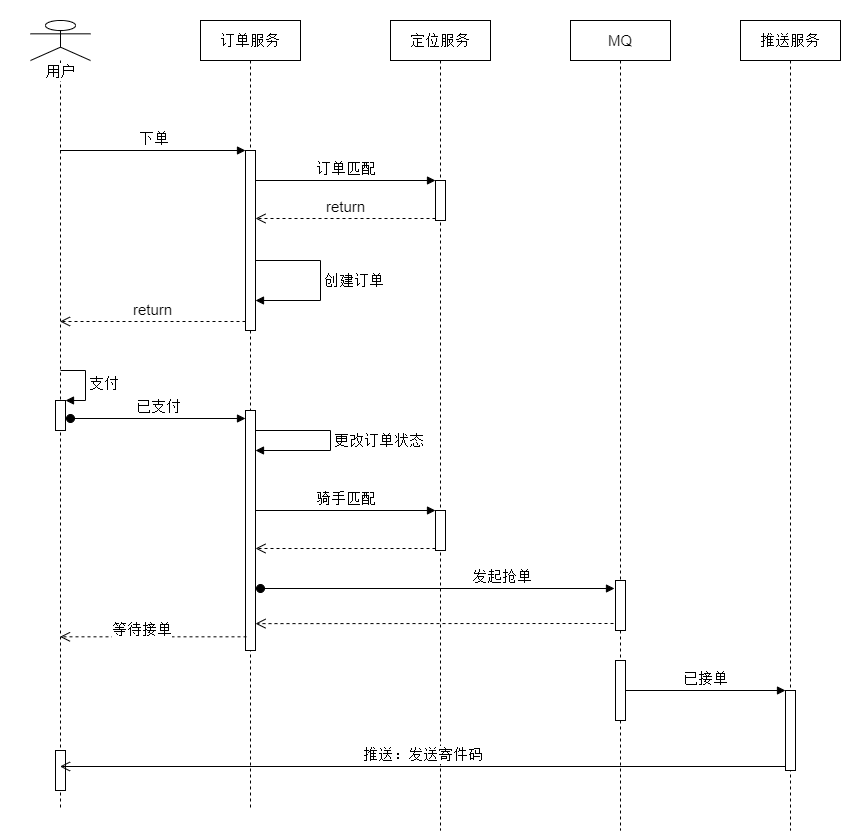
an-Onion/architect-camp keeps this draw.io diagram as final/img/order.drawio.png. Above is the earlier version. Source tidied: cells renumbered, new cells last; positions are measured from the earlier drawing's top-left corner, leaving out a move shared by most shapes.
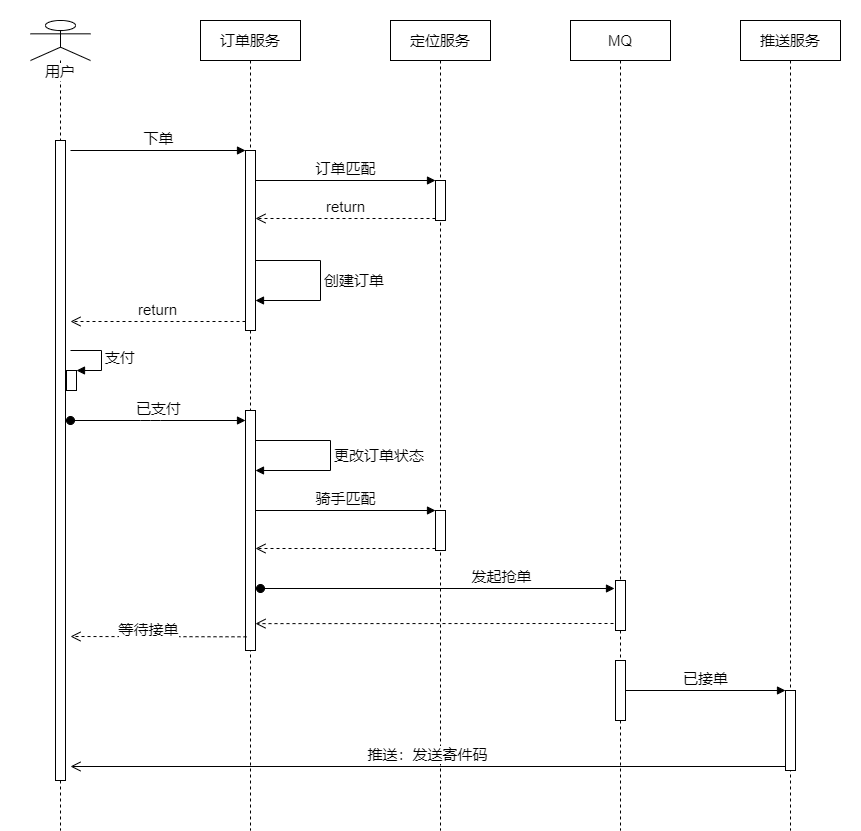
The same file after the commit.

What changed in the source:
```diff
@@ -6,24 +6,13 @@
       <mxGeometry width="860" height="830" as="geometry" />
     </mxCell>
     <mxCell id="3" value="用户&lt;br style=&quot;font-size: 15px;&quot;&gt;" style="shape=umlLifeline;participant=umlActor;perimeter=lifelinePerimeter;whiteSpace=wrap;html=1;verticalAlign=top;spacingTop=36;labelBackgroundColor=#ffffff;outlineConnect=0;fontSize=15;" parent="1" vertex="1">
-      <mxGeometry x="30" y="20" width="60" height="790" as="geometry" />
+      <mxGeometry x="30" y="20" width="60" height="810" as="geometry" />
     </mxCell>
     <mxCell id="4" style="html=1;points=[];perimeter=orthogonalPerimeter;fontSize=15;" parent="3" vertex="1">
-      <mxGeometry x="25" y="380" width="10" height="30" as="geometry" />
+      <mxGeometry x="25" y="120" width="10" height="640" as="geometry" />
     </mxCell>
-    <mxCell id="5" value="支付" style="edgeStyle=orthogonalEdgeStyle;html=1;align=left;spacingLeft=2;endArrow=block;rounded=0;entryX=1;entryY=0;fontSize=15;" parent="3" edge="1" target="4">
-      <mxGeometry relative="1" as="geometry">
-        <mxPoint x="30" y="350" as="sourcePoint" />
-        <Array as="points">
-          <mxPoint x="55" y="350" />
-        </Array>
-      </mxGeometry>
-    </mxCell>
-    <mxCell id="6" style="html=1;perimeter=orthogonalPerimeter;fontSize=15;" parent="3" vertex="1">
-      <mxGeometry x="25" y="730" width="10" height="40" as="geometry" />
-    </mxCell>
     <mxCell id="7" value="订单服务" style="shape=umlLifeline;perimeter=lifelinePerimeter;whiteSpace=wrap;html=1;fontSize=15;" parent="1" vertex="1">
-      <mxGeometry x="200" y="20" width="100" height="790" as="geometry" />
+      <mxGeometry x="200" y="20" width="100" height="810" as="geometry" />
     </mxCell>
     <mxCell id="8" style="html=1;points=[];perimeter=orthogonalPerimeter;fontSize=15;" parent="7" vertex="1">
       <mxGeometry x="45" y="130" width="10" height="180" as="geometry" />
@@ -42,13 +31,15 @@
     <mxCell id="11" value="&lt;span style=&quot;font-size: 15px&quot;&gt;更改订单状态&lt;/span&gt;" style="edgeStyle=orthogonalEdgeStyle;html=1;align=left;spacingLeft=2;endArrow=block;rounded=0;" parent="7" edge="1" source="9" target="9">
       <mxGeometry relative="1" as="geometry">
         <Array as="points">
-          <mxPoint x="130" y="410" />
-          <mxPoint x="130" y="430" />
+          <mxPoint x="130" y="420" />
+          <mxPoint x="130" y="450" />
         </Array>
       </mxGeometry>
     </mxCell>
-    <mxCell id="12" value="下单" style="html=1;verticalAlign=bottom;endArrow=block;entryX=0;entryY=0;fontSize=15;" parent="1" edge="1" source="3" target="8">
-      <mxGeometry relative="1" as="geometry" />
+    <mxCell id="12" value="下单" style="html=1;verticalAlign=bottom;endArrow=block;entryX=0;entryY=0;fontSize=15;" parent="1" edge="1" target="8">
+      <mxGeometry relative="1" as="geometry">
+        <mxPoint x="70" y="150" as="sourcePoint" />
+      </mxGeometry>
     </mxCell>
     <mxCell id="13" value="定位服务" style="shape=umlLifeline;perimeter=lifelinePerimeter;whiteSpace=wrap;html=1;fontSize=15;" parent="1" vertex="1">
       <mxGeometry x="390" y="20" width="100" height="810" as="geometry" />
@@ -65,11 +56,18 @@
     <mxCell id="17" value="return" style="html=1;verticalAlign=bottom;endArrow=open;dashed=1;endSize=8;exitX=0;exitY=0.95;fontSize=15;" parent="1" edge="1" source="14" target="8">
       <mxGeometry relative="1" as="geometry" />
     </mxCell>
-    <mxCell id="18" value="return" style="html=1;verticalAlign=bottom;endArrow=open;dashed=1;endSize=8;exitX=0;exitY=0.95;fontSize=15;" parent="1" edge="1" source="8" target="3">
-      <mxGeometry relative="1" as="geometry" />
+    <mxCell id="18" value="return" style="html=1;verticalAlign=bottom;endArrow=open;dashed=1;endSize=8;exitX=0;exitY=0.95;fontSize=15;" parent="1" edge="1" source="8">
+      <mxGeometry relative="1" as="geometry">
+        <mxPoint x="70" y="321" as="targetPoint" />
+      </mxGeometry>
     </mxCell>
-    <mxCell id="19" value="已支付" style="html=1;verticalAlign=bottom;startArrow=oval;endArrow=block;startSize=8;fontSize=15;exitX=1.5;exitY=0.6;exitDx=0;exitDy=0;exitPerimeter=0;" parent="1" edge="1" source="4" target="9">
-      <mxGeometry relative="1" as="geometry" />
+    <mxCell id="19" value="已支付" style="html=1;verticalAlign=bottom;startArrow=oval;endArrow=block;startSize=8;fontSize=15;" parent="1" edge="1" target="9">
+      <mxGeometry relative="1" as="geometry">
+        <mxPoint x="70" y="420" as="sourcePoint" />
+        <Array as="points">
+          <mxPoint x="150" y="420" />
+        </Array>
+      </mxGeometry>
     </mxCell>
     <mxCell id="20" value="MQ" style="shape=umlLifeline;perimeter=lifelinePerimeter;whiteSpace=wrap;html=1;fontSize=15;" parent="1" vertex="1">
       <mxGeometry x="570" y="20" width="100" height="810" as="geometry" />
@@ -91,8 +89,10 @@
         <mxPoint x="613" y="623" as="sourcePoint" />
       </mxGeometry>
     </mxCell>
-    <mxCell id="25" style="html=1;verticalAlign=bottom;endArrow=open;dashed=1;endSize=8;fontSize=15;exitX=0.1;exitY=0.943;exitDx=0;exitDy=0;exitPerimeter=0;" parent="1" edge="1" source="9" target="3">
-      <mxGeometry relative="1" as="geometry" />
+    <mxCell id="25" style="html=1;verticalAlign=bottom;endArrow=open;dashed=1;endSize=8;fontSize=15;exitX=0.1;exitY=0.943;exitDx=0;exitDy=0;exitPerimeter=0;" parent="1" edge="1" source="9">
+      <mxGeometry relative="1" as="geometry">
+        <mxPoint x="70" y="636" as="targetPoint" />
+      </mxGeometry>
     </mxCell>
     <mxCell id="26" value="等待接单" style="edgeLabel;html=1;align=center;verticalAlign=middle;fontSize=15;" parent="25" vertex="1">
       <mxGeometry x="0.27" y="-1" relative="1" as="geometry">
@@ -108,8 +108,10 @@
     <mxCell id="29" value="已接单" style="html=1;verticalAlign=bottom;endArrow=block;entryX=0;entryY=0;fontSize=15;" parent="1" edge="1" source="22" target="28">
       <mxGeometry relative="1" as="geometry" />
     </mxCell>
-    <mxCell id="30" value="推送：发送寄件码" style="html=1;verticalAlign=bottom;endArrow=open;endSize=8;exitX=0;exitY=0.95;fontSize=15;" parent="1" edge="1" source="28" target="3">
-      <mxGeometry relative="1" as="geometry" />
+    <mxCell id="30" value="推送：发送寄件码" style="html=1;verticalAlign=bottom;endArrow=open;endSize=8;exitX=0;exitY=0.95;fontSize=15;" parent="1" edge="1" source="28">
+      <mxGeometry relative="1" as="geometry">
+        <mxPoint x="70" y="766" as="targetPoint" />
+      </mxGeometry>
     </mxCell>
     <mxCell id="31" value="&lt;font style=&quot;font-size: 15px&quot;&gt;骑手匹配&lt;/font&gt;" style="html=1;verticalAlign=bottom;endArrow=block;entryX=0;entryY=0;" parent="1" edge="1" source="9" target="15">
       <mxGeometry relative="1" as="geometry" />
@@ -117,5 +119,17 @@
     <mxCell id="32" style="html=1;verticalAlign=bottom;endArrow=open;dashed=1;endSize=8;exitX=0;exitY=0.95;" parent="1" edge="1" source="15" target="9">
       <mxGeometry relative="1" as="geometry" />
     </mxCell>
+    <mxCell id="33" style="html=1;points=[];perimeter=orthogonalPerimeter;" parent="1" vertex="1">
+      <mxGeometry x="66" y="370" width="10" height="20" as="geometry" />
+    </mxCell>
+    <mxCell id="5" value="支付" style="edgeStyle=orthogonalEdgeStyle;html=1;align=left;spacingLeft=2;endArrow=block;rounded=0;entryX=1;entryY=0;fontSize=15;" parent="1" edge="1" target="33">
+      <mxGeometry relative="1" as="geometry">
+        <mxPoint x="70" y="350" as="sourcePoint" />
+        <Array as="points">
+          <mxPoint x="101" y="350" />
+          <mxPoint x="101" y="370" />
+        </Array>
+      </mxGeometry>
+    </mxCell>
   </root>
 </mxGraphModel>
```
